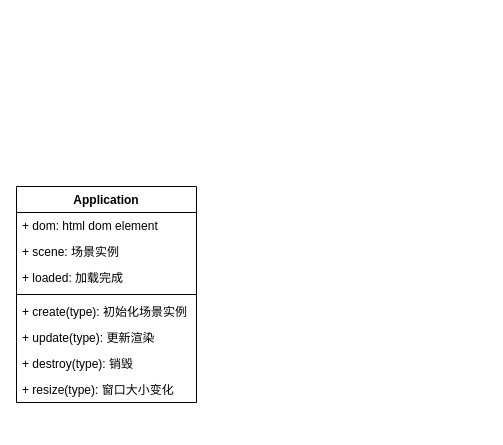
This is APM3d-Diagram.drawio from hiotk/umldiagrams, a draw.io file, before an edit. Source tidied: cells renumbered, new cells numbered last; positions are measured from the earlier drawing's top-left corner, leaving out a move shared by most shapes. Both pictures are drawn from the tidied source at 100%, with x=0, y=0 at pixel (16, 186).
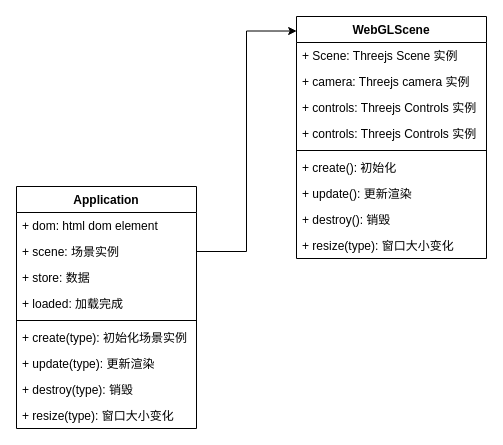
Above is the later version.

The change refers to these unchanged cells:
```xml
<mxCell id="4" value="+ scene: 场景实例" style="text;strokeColor=none;fillColor=none;align=left;verticalAlign=top;spacingLeft=4;spacingRight=4;overflow=hidden;points=[[0,0.5],[1,0.5]];portConstraint=eastwest;" parent="2" vertex="1">
  <mxGeometry y="52" width="180" height="26" as="geometry" />
</mxCell>
```

Diff of the diagram source:
```diff
@@
     <mxCell id="2" value="Application" style="swimlane;fontStyle=1;align=center;verticalAlign=top;horizontal=1;startSize=26;" parent="1" vertex="1">
-      <mxGeometry width="180" height="216" as="geometry" />
+      <mxGeometry width="180" height="242" as="geometry" />
     </mxCell>
@@
+    <mxCell id="11" value="+ store: 数据" style="text;strokeColor=none;fillColor=none;align=left;verticalAlign=top;spacingLeft=4;spacingRight=4;overflow=hidden;" parent="2" vertex="1">
+      <mxGeometry y="78" width="180" height="26" as="geometry" />
+    </mxCell>
     <mxCell id="5" value="+ loaded: 加载完成" style="text;strokeColor=none;fillColor=none;align=left;verticalAlign=top;spacingLeft=4;spacingRight=4;overflow=hidden;" parent="2" vertex="1">
-      <mxGeometry y="78" width="180" height="26" as="geometry" />
+      <mxGeometry y="104" width="180" height="26" as="geometry" />
     </mxCell>
     <mxCell id="6" style="line;strokeWidth=1;fillColor=none;align=left;verticalAlign=middle;spacingTop=-1;spacingLeft=3;spacingRight=3;labelPosition=right;" parent="2" vertex="1">
-      <mxGeometry y="104" width="180" height="8" as="geometry" />
+      <mxGeometry y="130" width="180" height="8" as="geometry" />
     </mxCell>
     <mxCell id="7" value="+ create(type): 初始化场景实例" style="text;strokeColor=none;fillColor=none;align=left;verticalAlign=top;spacingLeft=4;spacingRight=4;overflow=hidden;" parent="2" vertex="1">
-      <mxGeometry y="112" width="180" height="26" as="geometry" />
+      <mxGeometry y="138" width="180" height="26" as="geometry" />
     </mxCell>
     <mxCell id="8" value="+ update(type): 更新渲染" style="text;strokeColor=none;fillColor=none;align=left;verticalAlign=top;spacingLeft=4;spacingRight=4;overflow=hidden;" parent="2" vertex="1">
-      <mxGeometry y="138" width="180" height="26" as="geometry" />
+      <mxGeometry y="164" width="180" height="26" as="geometry" />
     </mxCell>
     <mxCell id="9" value="+ destroy(type): 销毁" style="text;strokeColor=none;fillColor=none;align=left;verticalAlign=top;spacingLeft=4;spacingRight=4;overflow=hidden;" parent="2" vertex="1">
-      <mxGeometry y="164" width="180" height="26" as="geometry" />
+      <mxGeometry y="190" width="180" height="26" as="geometry" />
     </mxCell>
     <mxCell id="10" value="+ resize(type): 窗口大小变化" style="text;strokeColor=none;fillColor=none;align=left;verticalAlign=top;spacingLeft=4;spacingRight=4;overflow=hidden;" parent="2" vertex="1">
-      <mxGeometry y="190" width="180" height="26" as="geometry" />
+      <mxGeometry y="216" width="180" height="26" as="geometry" />
     </mxCell>
+    <mxCell id="12" value="WebGLScene" style="swimlane;fontStyle=1;align=center;verticalAlign=top;horizontal=1;startSize=26;" parent="1" vertex="1">
+      <mxGeometry x="280" y="-170" width="190" height="242" as="geometry" />
+    </mxCell>
+    <mxCell id="13" value="+ Scene: Threejs Scene 实例" style="text;strokeColor=none;fillColor=none;align=left;verticalAlign=top;spacingLeft=4;spacingRight=4;overflow=hidden;" parent="12" vertex="1">
+      <mxGeometry y="26" width="190" height="26" as="geometry" />
+    </mxCell>
+    <mxCell id="14" value="+ camera: Threejs camera 实例" style="text;strokeColor=none;fillColor=none;align=left;verticalAlign=top;spacingLeft=4;spacingRight=4;overflow=hidden;" parent="12" vertex="1">
+      <mxGeometry y="52" width="190" height="26" as="geometry" />
+    </mxCell>
+    <mxCell id="15" value="+ controls: Threejs Controls 实例" style="text;strokeColor=none;fillColor=none;align=left;verticalAlign=top;spacingLeft=4;spacingRight=4;overflow=hidden;" parent="12" vertex="1">
+      <mxGeometry y="78" width="190" height="26" as="geometry" />
+    </mxCell>
+    <mxCell id="16" value="+ controls: Threejs Controls 实例" style="text;strokeColor=none;fillColor=none;align=left;verticalAlign=top;spacingLeft=4;spacingRight=4;overflow=hidden;" parent="12" vertex="1">
+      <mxGeometry y="104" width="190" height="26" as="geometry" />
+    </mxCell>
+    <mxCell id="17" style="line;strokeWidth=1;fillColor=none;align=left;verticalAlign=middle;spacingTop=-1;spacingLeft=3;spacingRight=3;labelPosition=right;" parent="12" vertex="1">
+      <mxGeometry y="130" width="190" height="8" as="geometry" />
+    </mxCell>
+    <mxCell id="18" value="+ create(): 初始化" style="text;strokeColor=none;fillColor=none;align=left;verticalAlign=top;spacingLeft=4;spacingRight=4;overflow=hidden;" parent="12" vertex="1">
+      <mxGeometry y="138" width="190" height="26" as="geometry" />
+    </mxCell>
+    <mxCell id="19" value="+ update(): 更新渲染" style="text;strokeColor=none;fillColor=none;align=left;verticalAlign=top;spacingLeft=4;spacingRight=4;overflow=hidden;" parent="12" vertex="1">
+      <mxGeometry y="164" width="190" height="26" as="geometry" />
+    </mxCell>
+    <mxCell id="20" value="+ destroy(): 销毁" style="text;strokeColor=none;fillColor=none;align=left;verticalAlign=top;spacingLeft=4;spacingRight=4;overflow=hidden;" parent="12" vertex="1">
+      <mxGeometry y="190" width="190" height="26" as="geometry" />
+    </mxCell>
+    <mxCell id="21" value="+ resize(type): 窗口大小变化" style="text;strokeColor=none;fillColor=none;align=left;verticalAlign=top;spacingLeft=4;spacingRight=4;overflow=hidden;" parent="12" vertex="1">
+      <mxGeometry y="216" width="190" height="26" as="geometry" />
+    </mxCell>
+    <mxCell id="22" style="edgeStyle=orthogonalEdgeStyle;rounded=0;jettySize=auto;html=1;exitX=1;exitY=0.5;exitDx=0;exitDy=0;entryX=0.001;entryY=0.06;entryDx=0;entryDy=0;entryPerimeter=0;" parent="1" edge="1" source="4" target="12">
+      <mxGeometry relative="1" as="geometry" />
+    </mxCell>
```
